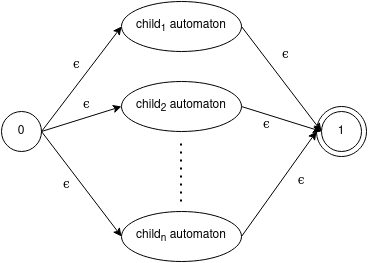
barisione-biso/MillenniumDB keeps this draw.io diagram as doc/property_path_assets/alternative_automaton.png. Above is the earlier version. Source tidied: cells renumbered, new cells last; positions are measured from the earlier drawing's top-left corner, leaving out a move shared by most shapes.
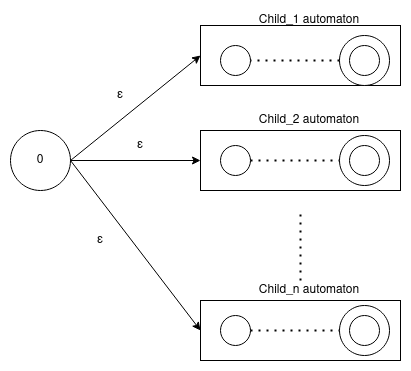
Later version of the same file.

The edit, as a diff of the source:
```diff
@@ -2,65 +2,86 @@
   <root>
     <mxCell id="0" />
     <mxCell id="1" parent="0" />
-    <mxCell id="2" style="ellipse;whiteSpace=wrap;html=1;" parent="1" vertex="1">
-      <mxGeometry x="315" y="105" width="50" height="50" as="geometry" />
-    </mxCell>
+    <mxCell id="21" style="rounded=0;whiteSpace=wrap;html=1;" parent="1" vertex="1">
+      <mxGeometry x="190" y="110" width="200" height="60" as="geometry" />
+    </mxCell>
+    <mxCell id="22" style="ellipse;whiteSpace=wrap;html=1;" parent="1" vertex="1">
+      <mxGeometry x="329" y="115" width="50" height="50" as="geometry" />
+    </mxCell>
+    <mxCell id="23" style="rounded=0;whiteSpace=wrap;html=1;" parent="1" vertex="1">
+      <mxGeometry x="190" y="280" width="200" height="60" as="geometry" />
+    </mxCell>
+    <mxCell id="24" style="ellipse;whiteSpace=wrap;html=1;" parent="1" vertex="1">
+      <mxGeometry x="329" y="285" width="50" height="50" as="geometry" />
+    </mxCell>
+    <mxCell id="25" style="rounded=0;whiteSpace=wrap;html=1;" parent="1" vertex="1">
+      <mxGeometry x="190" y="5" width="200" height="60" as="geometry" />
+    </mxCell>
+    <mxCell id="26" style="ellipse;whiteSpace=wrap;html=1;" parent="1" vertex="1">
+      <mxGeometry x="329" y="15" width="50" height="50" as="geometry" />
+    </mxCell>
     <mxCell id="3" value="0" style="ellipse;whiteSpace=wrap;html=1;" parent="1" vertex="1">
-      <mxGeometry y="110" width="40" height="40" as="geometry" />
+      <mxGeometry y="110" width="60" height="60" as="geometry" />
     </mxCell>
-    <mxCell id="4" value="1" style="ellipse;whiteSpace=wrap;html=1;" parent="1" vertex="1">
-      <mxGeometry x="320" y="110" width="40" height="40" as="geometry" />
-    </mxCell>
-    <mxCell id="5" style="endArrow=classic;html=1;exitX=1;exitY=0.5;exitDx=0;exitDy=0;entryX=0;entryY=0.5;entryDx=0;entryDy=0;" parent="1" edge="1" source="3" target="6">
-      <mxGeometry relative="1" as="geometry" />
-    </mxCell>
-    <mxCell id="6" value="child&lt;sub&gt;1&lt;/sub&gt; automaton" style="ellipse;whiteSpace=wrap;html=1;" parent="1" vertex="1">
-      <mxGeometry x="120" width="120" height="50" as="geometry" />
-    </mxCell>
-    <mxCell id="7" value="child&lt;sub&gt;2&lt;/sub&gt; automaton" style="ellipse;whiteSpace=wrap;html=1;" parent="1" vertex="1">
-      <mxGeometry x="120" y="80" width="120" height="50" as="geometry" />
-    </mxCell>
-    <mxCell id="8" value="child&lt;sub&gt;n&lt;/sub&gt; automaton" style="ellipse;whiteSpace=wrap;html=1;" parent="1" vertex="1">
-      <mxGeometry x="120" y="210" width="120" height="50" as="geometry" />
-    </mxCell>
-    <mxCell id="9" style="endArrow=none;dashed=1;html=1;dashPattern=1 3;strokeWidth=2;" parent="1" edge="1">
-      <mxGeometry relative="1" as="geometry">
-        <mxPoint x="179.5" y="200" as="sourcePoint" />
-        <mxPoint x="179.5" y="140" as="targetPoint" />
-      </mxGeometry>
-    </mxCell>
-    <mxCell id="10" style="endArrow=classic;html=1;exitX=1;exitY=0.5;exitDx=0;exitDy=0;entryX=0;entryY=0.5;entryDx=0;entryDy=0;" parent="1" edge="1" source="3" target="7">
-      <mxGeometry relative="1" as="geometry" />
-    </mxCell>
-    <mxCell id="11" style="endArrow=classic;html=1;exitX=1;exitY=0.5;exitDx=0;exitDy=0;entryX=0;entryY=0.5;entryDx=0;entryDy=0;" parent="1" edge="1" source="3" target="8">
-      <mxGeometry relative="1" as="geometry" />
-    </mxCell>
-    <mxCell id="12" style="endArrow=classic;html=1;exitX=1;exitY=0.5;exitDx=0;exitDy=0;entryX=0;entryY=0.5;entryDx=0;entryDy=0;" parent="1" edge="1" source="6" target="4">
-      <mxGeometry relative="1" as="geometry" />
-    </mxCell>
-    <mxCell id="13" style="endArrow=classic;html=1;exitX=1;exitY=0.5;exitDx=0;exitDy=0;entryX=0;entryY=0.5;entryDx=0;entryDy=0;" parent="1" edge="1" source="7" target="4">
-      <mxGeometry relative="1" as="geometry" />
-    </mxCell>
-    <mxCell id="14" style="endArrow=classic;html=1;exitX=1;exitY=0.5;exitDx=0;exitDy=0;entryX=0;entryY=0.5;entryDx=0;entryDy=0;" parent="1" edge="1" source="8" target="2">
-      <mxGeometry relative="1" as="geometry" />
-    </mxCell>
-    <mxCell id="15" value="ϵ" style="text;html=1;strokeColor=none;fillColor=none;align=center;verticalAlign=middle;whiteSpace=wrap;rounded=0;" parent="1" vertex="1">
-      <mxGeometry x="280" y="170" width="40" height="20" as="geometry" />
-    </mxCell>
-    <mxCell id="16" value="ϵ" style="text;whiteSpace=wrap;html=1;" parent="1" vertex="1">
-      <mxGeometry x="260" y="110" width="30" height="30" as="geometry" />
-    </mxCell>
-    <mxCell id="17" value="ϵ" style="text;whiteSpace=wrap;html=1;" parent="1" vertex="1">
-      <mxGeometry x="279" y="40" width="30" height="30" as="geometry" />
-    </mxCell>
-    <mxCell id="18" value="ϵ" style="text;whiteSpace=wrap;html=1;" parent="1" vertex="1">
-      <mxGeometry x="70" y="50" width="30" height="30" as="geometry" />
-    </mxCell>
-    <mxCell id="19" value="ϵ" style="text;whiteSpace=wrap;html=1;" parent="1" vertex="1">
-      <mxGeometry x="80" y="90" width="30" height="30" as="geometry" />
-    </mxCell>
-    <mxCell id="20" value="ϵ" style="text;whiteSpace=wrap;html=1;" parent="1" vertex="1">
-      <mxGeometry x="60" y="170" width="30" height="30" as="geometry" />
-    </mxCell>
+    <mxCell id="27" style="endArrow=classic;html=1;exitX=1;exitY=0.5;exitDx=0;exitDy=0;entryX=0;entryY=0.5;entryDx=0;entryDy=0;" parent="1" edge="1" source="3" target="25">
+      <mxGeometry relative="1" as="geometry" />
+    </mxCell>
+    <mxCell id="28" style="endArrow=none;dashed=1;html=1;dashPattern=1 3;strokeWidth=2;" parent="1" edge="1">
+      <mxGeometry relative="1" as="geometry">
+        <mxPoint x="290" y="260" as="sourcePoint" />
+        <mxPoint x="290" y="190" as="targetPoint" />
+      </mxGeometry>
+    </mxCell>
+    <mxCell id="29" style="endArrow=classic;html=1;exitX=1;exitY=0.5;exitDx=0;exitDy=0;entryX=0;entryY=0.5;entryDx=0;entryDy=0;" parent="1" edge="1" source="3" target="21">
+      <mxGeometry relative="1" as="geometry" />
+    </mxCell>
+    <mxCell id="30" style="endArrow=classic;html=1;exitX=1;exitY=0.5;exitDx=0;exitDy=0;entryX=0;entryY=0.5;entryDx=0;entryDy=0;" parent="1" edge="1" source="3" target="23">
+      <mxGeometry relative="1" as="geometry" />
+    </mxCell>
+    <mxCell id="31" style="ellipse;whiteSpace=wrap;html=1;" parent="1" vertex="1">
+      <mxGeometry x="210" y="25" width="30" height="30" as="geometry" />
+    </mxCell>
+    <mxCell id="32" style="ellipse;whiteSpace=wrap;html=1;" parent="1" vertex="1">
+      <mxGeometry x="210" y="125" width="30" height="30" as="geometry" />
+    </mxCell>
+    <mxCell id="33" style="ellipse;whiteSpace=wrap;html=1;" parent="1" vertex="1">
+      <mxGeometry x="210" y="295" width="30" height="30" as="geometry" />
+    </mxCell>
+    <mxCell id="34" style="endArrow=none;dashed=1;html=1;dashPattern=1 3;strokeWidth=2;entryX=1;entryY=0.5;entryDx=0;entryDy=0;exitX=0;exitY=0.5;exitDx=0;exitDy=0;" parent="1" edge="1" source="26" target="31">
+      <mxGeometry relative="1" as="geometry" />
+    </mxCell>
+    <mxCell id="35" style="ellipse;whiteSpace=wrap;html=1;" parent="1" vertex="1">
+      <mxGeometry x="339" y="25" width="30" height="30" as="geometry" />
+    </mxCell>
+    <mxCell id="36" style="ellipse;whiteSpace=wrap;html=1;" parent="1" vertex="1">
+      <mxGeometry x="339" y="125" width="30" height="30" as="geometry" />
+    </mxCell>
+    <mxCell id="37" style="ellipse;whiteSpace=wrap;html=1;" parent="1" vertex="1">
+      <mxGeometry x="339" y="295" width="30" height="30" as="geometry" />
+    </mxCell>
+    <mxCell id="38" style="endArrow=none;dashed=1;html=1;dashPattern=1 3;strokeWidth=2;exitX=1;exitY=0.5;exitDx=0;exitDy=0;entryX=0;entryY=0.5;entryDx=0;entryDy=0;" parent="1" edge="1" source="32" target="22">
+      <mxGeometry relative="1" as="geometry" />
+    </mxCell>
+    <mxCell id="39" style="endArrow=none;dashed=1;html=1;dashPattern=1 3;strokeWidth=2;exitX=1;exitY=0.5;exitDx=0;exitDy=0;entryX=0;entryY=0.5;entryDx=0;entryDy=0;" parent="1" edge="1" source="33" target="24">
+      <mxGeometry relative="1" as="geometry" />
+    </mxCell>
+    <mxCell id="40" value="Child_1 automaton" style="text;html=1;strokeColor=none;fillColor=none;align=center;verticalAlign=middle;whiteSpace=wrap;rounded=0;" parent="1" vertex="1">
+      <mxGeometry x="229" y="-10" width="140" height="20" as="geometry" />
+    </mxCell>
+    <mxCell id="41" value="Child_2 automaton" style="text;html=1;strokeColor=none;fillColor=none;align=center;verticalAlign=middle;whiteSpace=wrap;rounded=0;" parent="1" vertex="1">
+      <mxGeometry x="229" y="90" width="140" height="20" as="geometry" />
+    </mxCell>
+    <mxCell id="42" value="Child_n automaton" style="text;html=1;strokeColor=none;fillColor=none;align=center;verticalAlign=middle;whiteSpace=wrap;rounded=0;" parent="1" vertex="1">
+      <mxGeometry x="229" y="260" width="140" height="20" as="geometry" />
+    </mxCell>
+    <mxCell id="43" value="ε" style="text;html=1;strokeColor=none;fillColor=none;align=center;verticalAlign=middle;whiteSpace=wrap;rounded=0;" parent="1" vertex="1">
+      <mxGeometry x="70" y="210" width="40" height="20" as="geometry" />
+    </mxCell>
+    <mxCell id="44" value="ε" style="text;html=1;strokeColor=none;fillColor=none;align=center;verticalAlign=middle;whiteSpace=wrap;rounded=0;" parent="1" vertex="1">
+      <mxGeometry x="110" y="115" width="40" height="20" as="geometry" />
+    </mxCell>
+    <mxCell id="45" value="ε" style="text;html=1;strokeColor=none;fillColor=none;align=center;verticalAlign=middle;whiteSpace=wrap;rounded=0;" parent="1" vertex="1">
+      <mxGeometry x="90" y="65" width="40" height="20" as="geometry" />
+    </mxCell>
   </root>
 </mxGraphModel>
```
